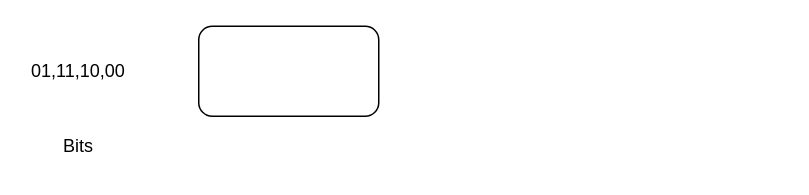
The draw.io diagram ICASSP27/未命名绘图.drawio in 1434470591/wubotao.github.io, before the edit. Source tidied: cells renumbered, new cells numbered last; positions are measured from the earlier drawing's top-left corner, leaving out a move shared by most shapes. Both pictures are drawn from the tidied source at 150%, with x=0, y=0 at pixel (26, 26).
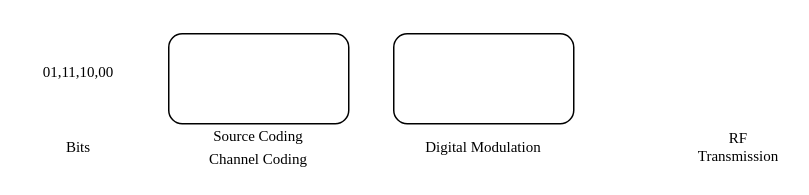
Above is the later version.

Commit message:
更新未命名绘图.drawio

What changed in the source:
```diff
@@
 <mxGraphModel>
   <root>
     <mxCell id="0" />
     <mxCell id="1" parent="0" />
-    <mxCell id="2" style="rounded=1;whiteSpace=wrap;html=1;" parent="1" vertex="1">
-      <mxGeometry x="115" width="120" height="60" as="geometry" />
+    <mxCell id="2" style="rounded=1;whiteSpace=wrap;html=1;fontFamily=Times New Roman;fontSize=10;" parent="1" vertex="1">
+      <mxGeometry x="245" y="5" width="120" height="60" as="geometry" />
     </mxCell>
-    <mxCell id="3" value="Bits" style="text;html=1;whiteSpace=wrap;strokeColor=none;fillColor=none;align=center;verticalAlign=middle;rounded=0;" parent="1" vertex="1">
+    <mxCell id="3" value="Bits" style="text;html=1;whiteSpace=wrap;strokeColor=none;fillColor=none;align=center;verticalAlign=middle;rounded=0;fontFamily=Times New Roman;fontSize=10;" parent="1" vertex="1">
       <mxGeometry x="5" y="65" width="60" height="30" as="geometry" />
     </mxCell>
-    <mxCell id="4" value="01,11,10,00" style="text;html=1;whiteSpace=wrap;strokeColor=none;fillColor=none;align=center;verticalAlign=middle;rounded=0;" parent="1" vertex="1">
+    <mxCell id="4" value="01,11,10,00" style="text;html=1;whiteSpace=wrap;strokeColor=none;fillColor=none;align=center;verticalAlign=middle;rounded=0;fontFamily=Times New Roman;fontSize=10;" parent="1" vertex="1">
       <mxGeometry y="15" width="70" height="30" as="geometry" />
     </mxCell>
+    <mxCell id="5" value="Digital Modulation" style="text;html=1;whiteSpace=wrap;strokeColor=none;fillColor=none;align=center;verticalAlign=middle;rounded=0;fontFamily=Times New Roman;fontSize=10;" parent="1" vertex="1">
+      <mxGeometry x="250" y="65" width="110" height="30" as="geometry" />
+    </mxCell>
+    <mxCell id="6" style="rounded=1;whiteSpace=wrap;html=1;fontFamily=Times New Roman;fontSize=10;" parent="1" vertex="1">
+      <mxGeometry x="95" y="5" width="120" height="60" as="geometry" />
+    </mxCell>
+    <mxCell id="7" value="RF Transmission" style="text;html=1;whiteSpace=wrap;strokeColor=none;fillColor=none;align=center;verticalAlign=middle;rounded=0;fontFamily=Times New Roman;fontSize=10;" parent="1" vertex="1">
+      <mxGeometry x="445" y="65" width="60" height="30" as="geometry" />
+    </mxCell>
+    <mxCell id="8" value="&lt;span style=&quot;font-family: &amp;quot;Times New Roman&amp;quot;; font-size: 10px;&quot;&gt;Source Coding&lt;/span&gt;&lt;br style=&quot;font-family: &amp;quot;Times New Roman&amp;quot;; font-size: 10px;&quot;&gt;&lt;span style=&quot;font-family: &amp;quot;Times New Roman&amp;quot;; font-size: 10px;&quot;&gt;Channel Coding&lt;/span&gt;" style="text;html=1;whiteSpace=wrap;strokeColor=none;fillColor=none;align=center;verticalAlign=middle;rounded=0;" parent="1" vertex="1">
+      <mxGeometry x="105" y="65" width="100" height="30" as="geometry" />
+    </mxCell>
   </root>
 </mxGraphModel>
```
